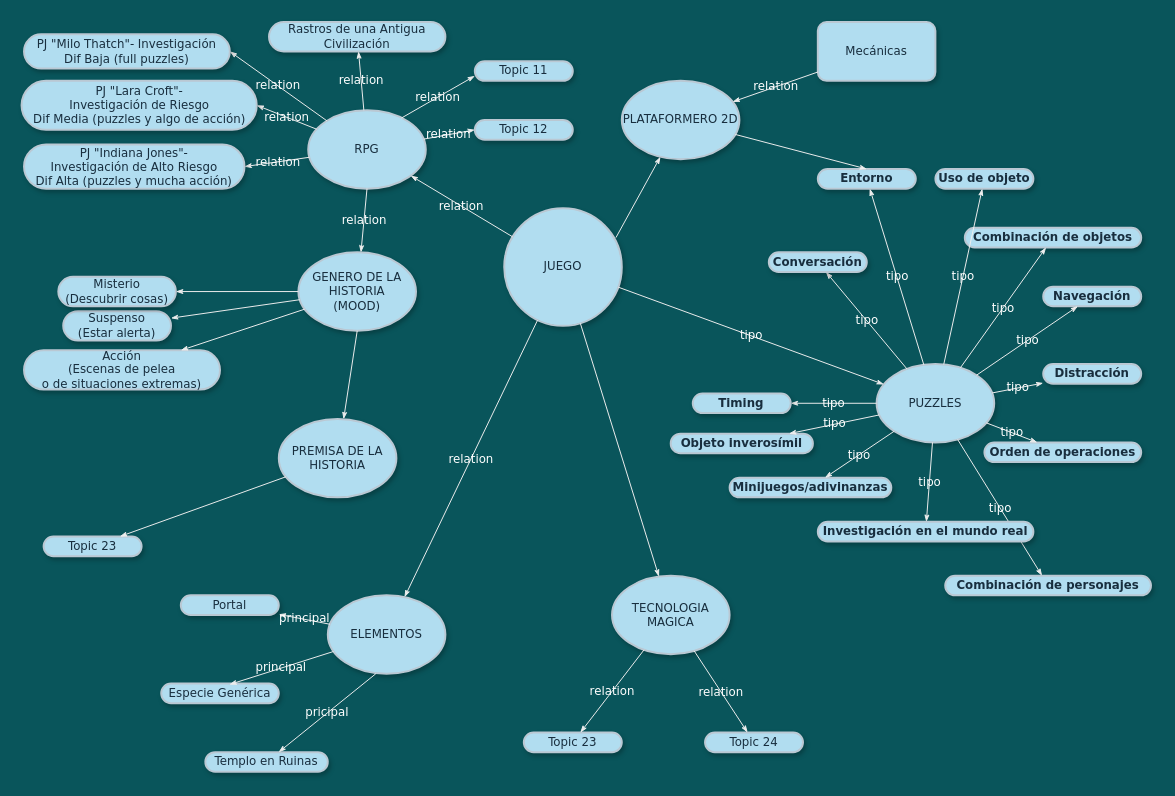
Before: page "Page-1" (1 of 2) of mental_map_worldbuilding.drawio in aixairupe/DiagramasRPG, a draw.io diagram. Source tidied: cells renumbered, new cells numbered last; positions are measured from the earlier drawing's top-left corner, leaving out a move shared by most shapes. Both pictures are drawn from the tidied source at 98%, with x=0, y=0 at pixel (22, 22).
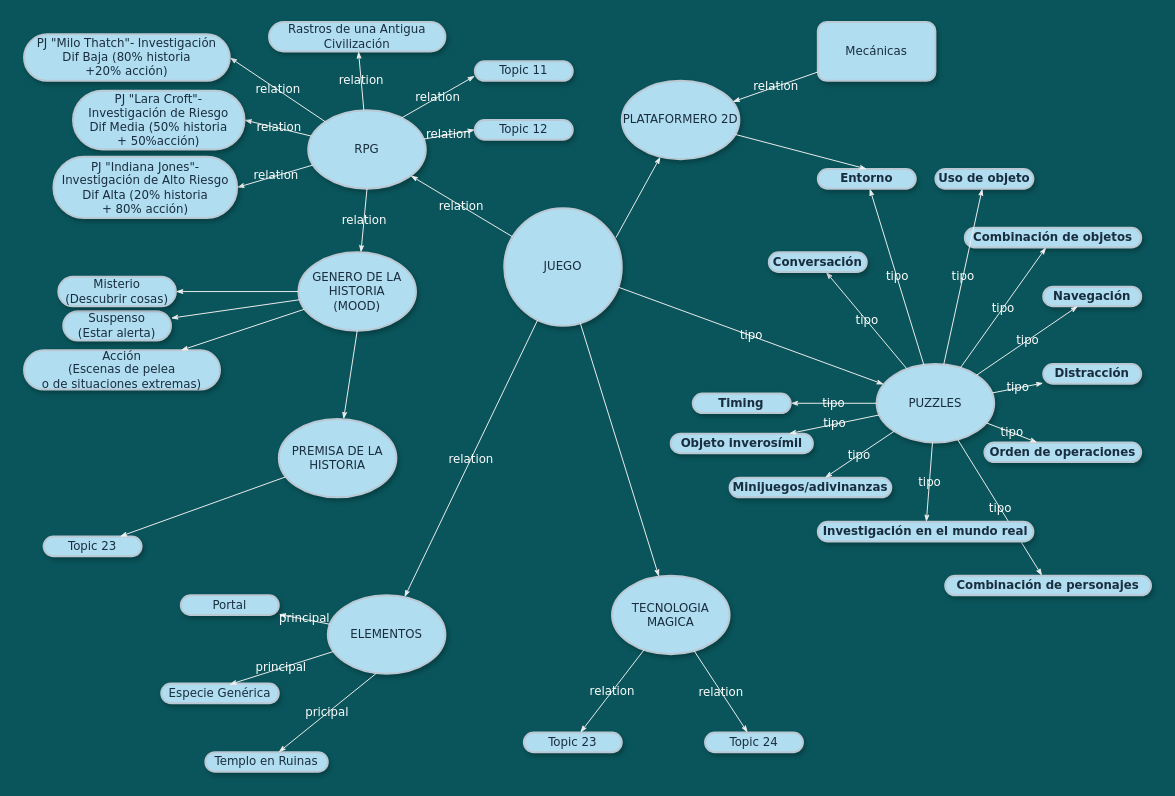
The same diagram, later.

The edit, as a diff of the source:
```diff
@@
-    <mxCell id="55" value="PJ &quot;Lara Croft&quot;-&lt;br&gt;Investigación de Riesgo&lt;br&gt;Dif Media (puzzles y algo de acción)" style="whiteSpace=wrap;html=1;rounded=1;shadow=1;comic=0;labelBackgroundColor=none;strokeWidth=2;fontFamily=Verdana;fontSize=12;align=center;arcSize=50;fillColor=#B1DDF0;strokeColor=#BAC8D3;fontColor=#182E3E;" parent="1" vertex="1">
-      <mxGeometry x="-0.5" y="60" width="240" height="50" as="geometry" />
+    <mxCell id="55" value="PJ &quot;Lara Croft&quot;-&lt;br&gt;Investigación de Riesgo&lt;br&gt;&lt;div&gt;Dif Media (50% historia &lt;br&gt;&lt;/div&gt;&lt;div&gt;+ 50%acción)&lt;/div&gt;" style="whiteSpace=wrap;html=1;rounded=1;shadow=1;comic=0;labelBackgroundColor=none;strokeWidth=2;fontFamily=Verdana;fontSize=12;align=center;arcSize=50;fillColor=#B1DDF0;strokeColor=#BAC8D3;fontColor=#182E3E;" parent="1" vertex="1">
+      <mxGeometry x="52" y="70" width="175" height="60" as="geometry" />
     </mxCell>
-    <mxCell id="56" value="PJ &quot;Indiana Jones&quot;-&lt;br&gt;Investigación de Alto Riesgo&lt;br&gt;Dif Alta (puzzles y mucha acción)" style="whiteSpace=wrap;html=1;rounded=1;shadow=1;comic=0;labelBackgroundColor=none;strokeWidth=2;fontFamily=Verdana;fontSize=12;align=center;arcSize=50;fillColor=#B1DDF0;strokeColor=#BAC8D3;fontColor=#182E3E;" parent="1" vertex="1">
-      <mxGeometry x="2" y="125" width="225" height="45" as="geometry" />
+    <mxCell id="56" value="PJ &quot;Indiana Jones&quot;-&lt;br&gt;Investigación de Alto Riesgo&lt;br&gt;&lt;div&gt;Dif Alta (20% historia &lt;br&gt;&lt;/div&gt;&lt;div&gt;+ 80% acción)&lt;/div&gt;" style="whiteSpace=wrap;html=1;rounded=1;shadow=1;comic=0;labelBackgroundColor=none;strokeWidth=2;fontFamily=Verdana;fontSize=12;align=center;arcSize=50;fillColor=#B1DDF0;strokeColor=#BAC8D3;fontColor=#182E3E;" parent="1" vertex="1">
+      <mxGeometry x="32" y="137.5" width="187.5" height="62.5" as="geometry" />
     </mxCell>
@@
-    <mxCell id="58" value="PJ &quot;Milo Thatch&quot;- Investigación&lt;br&gt;Dif Baja (full puzzles)" style="whiteSpace=wrap;html=1;rounded=1;shadow=1;comic=0;labelBackgroundColor=none;strokeWidth=2;fontFamily=Verdana;fontSize=12;align=center;arcSize=50;fillColor=#B1DDF0;strokeColor=#BAC8D3;fontColor=#182E3E;" parent="1" vertex="1">
-      <mxGeometry x="2" y="12.5" width="210" height="35" as="geometry" />
+    <mxCell id="58" value="PJ &quot;Milo Thatch&quot;- Investigación&lt;br&gt;&lt;div&gt;Dif Baja (80% historia&lt;/div&gt;&lt;div&gt;+20% acción)&lt;/div&gt;" style="whiteSpace=wrap;html=1;rounded=1;shadow=1;comic=0;labelBackgroundColor=none;strokeWidth=2;fontFamily=Verdana;fontSize=12;align=center;arcSize=50;fillColor=#B1DDF0;strokeColor=#BAC8D3;fontColor=#182E3E;" parent="1" vertex="1">
+      <mxGeometry x="2" y="12.5" width="210" height="47.5" as="geometry" />
     </mxCell>
```
